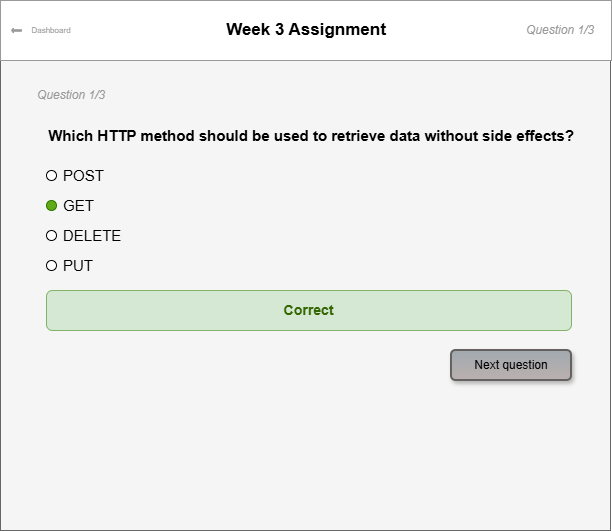
Above: docs/wireframes/assignment-view.png in summer-group5/ai-exam-platform (draw.io), before the change. Source tidied: cells renumbered, new cells last; positions are measured from the earlier drawing's top-left corner, leaving out a move shared by most shapes.
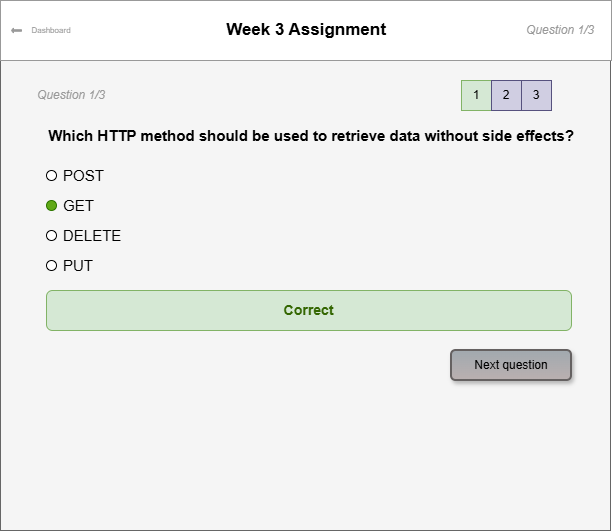
The same diagram one commit later.

Commit message:
fix: add progress bar to assignment view

Diff of the diagram source:
```diff
@@ -47,5 +47,26 @@
     <mxCell id="16" value="&lt;font style=&quot;color: rgb(0, 0, 0);&quot;&gt;Next question&lt;/font&gt;" style="rounded=1;whiteSpace=wrap;html=1;fillColor=light-dark(#a1a9af, #7d8c9b);fontColor=#ffffff;strokeColor=light-dark(#656161, #ededed);gradientColor=light-dark(#bab0b0, #ededed);shadow=1;strokeWidth=2;" parent="1" vertex="1">
       <mxGeometry x="451" y="350" width="120" height="30" as="geometry" />
     </mxCell>
+    <mxCell id="17" style="rounded=0;whiteSpace=wrap;html=1;" parent="1" vertex="1">
+      <mxGeometry x="461" y="80" width="90" height="30" as="geometry" />
+    </mxCell>
+    <mxCell id="18" style="rounded=0;whiteSpace=wrap;html=1;fillColor=#d5e8d4;strokeColor=#82b366;" parent="1" vertex="1">
+      <mxGeometry x="461" y="80" width="30" height="30" as="geometry" />
+    </mxCell>
+    <mxCell id="19" style="rounded=0;whiteSpace=wrap;html=1;fillColor=#d0cee2;strokeColor=#56517e;" parent="1" vertex="1">
+      <mxGeometry x="491" y="80" width="30" height="30" as="geometry" />
+    </mxCell>
+    <mxCell id="20" style="rounded=0;whiteSpace=wrap;html=1;fillColor=#d0cee2;strokeColor=#56517e;" parent="1" vertex="1">
+      <mxGeometry x="521" y="80" width="30" height="30" as="geometry" />
+    </mxCell>
+    <mxCell id="21" value="1" style="text;html=1;whiteSpace=wrap;strokeColor=none;fillColor=none;align=center;verticalAlign=middle;rounded=0;" parent="1" vertex="1">
+      <mxGeometry x="461" y="80" width="30" height="30" as="geometry" />
+    </mxCell>
+    <mxCell id="22" value="2&lt;span style=&quot;color: rgba(0, 0, 0, 0); font-family: monospace; font-size: 0px; text-align: start; white-space: nowrap;&quot;&gt;%3CmxGraphModel%3E%3Croot%3E%3CmxCell%20id%3D%220%22%2F%3E%3CmxCell%20id%3D%221%22%20parent%3D%220%22%2F%3E%3CmxCell%20id%3D%222%22%20parent%3D%221%22%20style%3D%22text%3Bhtml%3D1%3BwhiteSpace%3Dwrap%3BstrokeColor%3Dnone%3BfillColor%3Dnone%3Balign%3Dcenter%3BverticalAlign%3Dmiddle%3Brounded%3D0%3B%22%20value%3D%221%22%20vertex%3D%221%22%3E%3CmxGeometry%20height%3D%2230%22%20width%3D%2230%22%20x%3D%22570%22%20y%3D%22150%22%20as%3D%22geometry%22%2F%3E%3C%2FmxCell%3E%3C%2Froot%3E%3C%2FmxGraphModel%3E&lt;/span&gt;" style="text;html=1;whiteSpace=wrap;strokeColor=none;fillColor=none;align=center;verticalAlign=middle;rounded=0;" parent="1" vertex="1">
+      <mxGeometry x="491" y="80" width="30" height="30" as="geometry" />
+    </mxCell>
+    <mxCell id="23" value="3" style="text;html=1;whiteSpace=wrap;strokeColor=none;fillColor=none;align=center;verticalAlign=middle;rounded=0;" parent="1" vertex="1">
+      <mxGeometry x="521" y="80" width="30" height="30" as="geometry" />
+    </mxCell>
   </root>
 </mxGraphModel>
```
